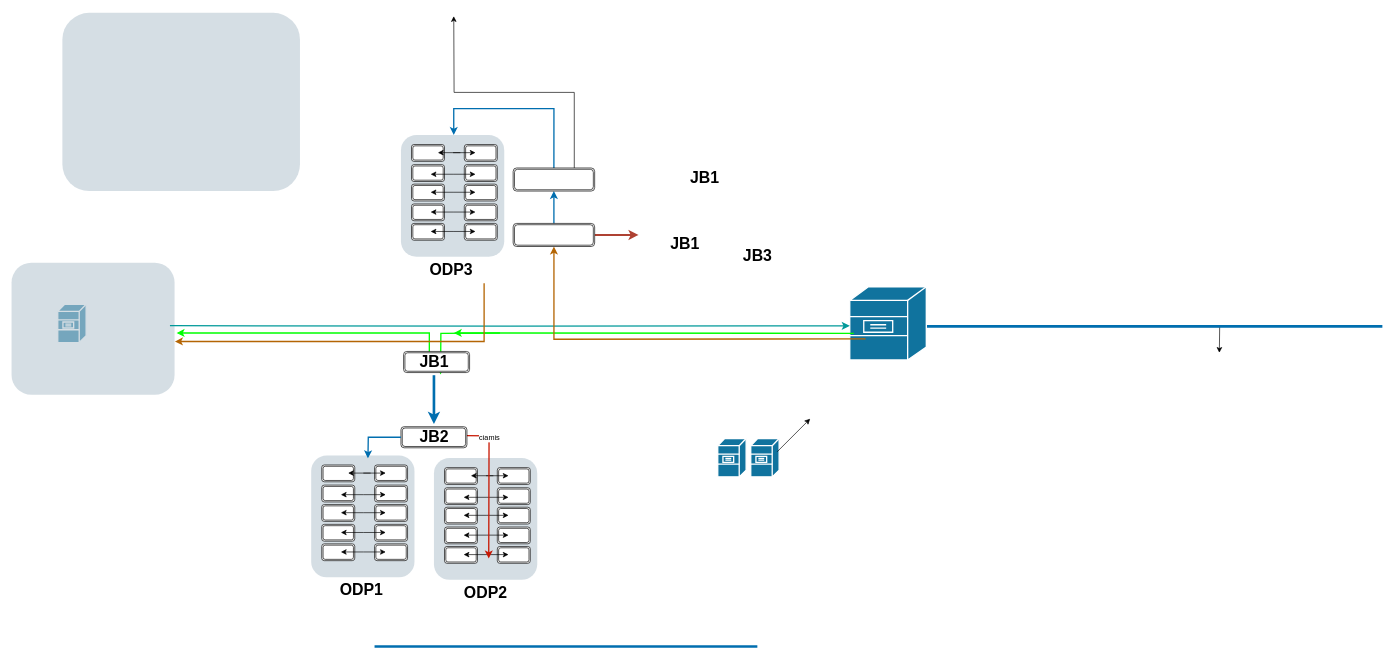
Before: odpcms/Diagram Tanpa Judul.drawio in nanaperm12/mapping-odp, a draw.io diagram. Source tidied: cells renumbered, new cells numbered last; positions are measured from the earlier drawing's top-left corner, leaving out a move shared by most shapes. Both pictures are drawn from the tidied source at 66%, with x=0, y=0 at pixel (11, 13).
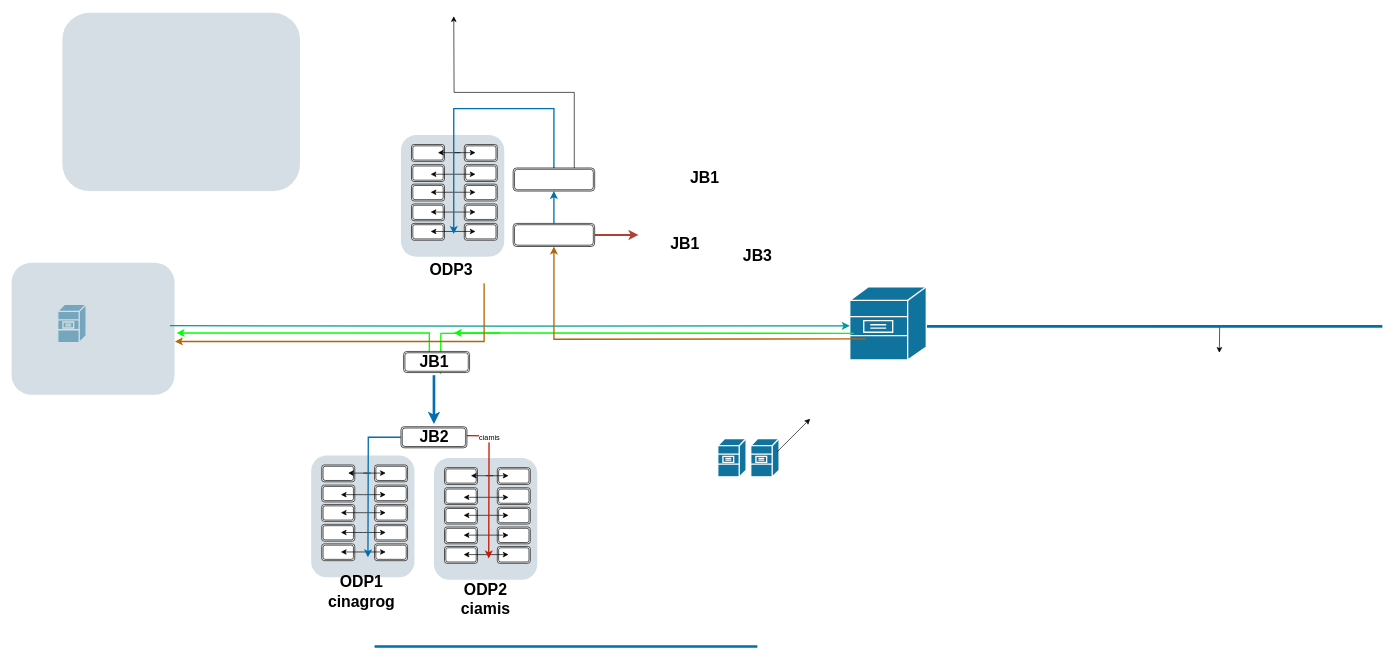
After the change.

Commit message:
perbaikan odp cinagrog ciamis

The change refers to these unchanged cells:
```xml
<mxCell id="91" value="JB2" style="text;strokeColor=none;fillColor=none;html=1;fontSize=24;fontStyle=1;verticalAlign=middle;align=center;" parent="1" vertex="1">
  <mxGeometry x="590" y="623" width="100" height="40" as="geometry" />
</mxCell>
<mxCell id="101" style="shape=ext;double=1;rounded=1;whiteSpace=wrap;html=1;" parent="1" vertex="1">
  <mxGeometry x="760" y="235" width="123.5" height="35" as="geometry" />
</mxCell>
```

The edit, as a diff of the source:
```diff
@@
-    <mxCell id="57" value="ODP1" style="text;strokeColor=none;fillColor=none;html=1;fontSize=24;fontStyle=1;verticalAlign=middle;align=center;" parent="1" vertex="1">
-      <mxGeometry x="480" y="855" width="100" height="40" as="geometry" />
+    <mxCell id="57" value="ODP1&lt;br&gt;cinagrog&lt;br&gt;" style="text;strokeColor=none;fillColor=none;html=1;fontSize=24;fontStyle=1;verticalAlign=middle;align=center;" parent="1" vertex="1">
+      <mxGeometry x="480" y="857" width="100" height="40" as="geometry" />
     </mxCell>
-    <mxCell id="58" value="ODP2" style="text;strokeColor=none;fillColor=none;html=1;fontSize=24;fontStyle=1;verticalAlign=middle;align=center;" parent="1" vertex="1">
-      <mxGeometry x="668.2" y="859" width="100" height="40" as="geometry" />
+    <mxCell id="58" value="ODP2&lt;br&gt;ciamis" style="text;strokeColor=none;fillColor=none;html=1;fontSize=24;fontStyle=1;verticalAlign=middle;align=center;" parent="1" vertex="1">
+      <mxGeometry x="668.2" y="868" width="100" height="40" as="geometry" />
     </mxCell>
@@
     <mxCell id="90" style="edgeStyle=orthogonalEdgeStyle;rounded=0;jettySize=auto;html=1;exitX=0;exitY=0.5;exitDx=0;exitDy=0;strokeWidth=2;fillColor=#1ba1e2;strokeColor=#006EAF;" parent="1" edge="1" source="91">
       <mxGeometry relative="1" as="geometry">
-        <mxPoint x="540" y="675" as="targetPoint" />
+        <mxPoint x="540" y="825" as="targetPoint" />
       </mxGeometry>
     </mxCell>
@@
     <mxCell id="99" style="edgeStyle=orthogonalEdgeStyle;rounded=0;jettySize=auto;html=1;exitX=0.5;exitY=0;exitDx=0;exitDy=0;fillColor=#1ba1e2;strokeColor=#006EAF;strokeWidth=2;" parent="1" edge="1" source="101">
       <mxGeometry relative="1" as="geometry">
-        <mxPoint x="670" y="185" as="targetPoint" />
+        <mxPoint x="670" y="335" as="targetPoint" />
         <Array as="points">
           <mxPoint x="822" y="145" />
         </Array>
       </mxGeometry>
     </mxCell>
```
